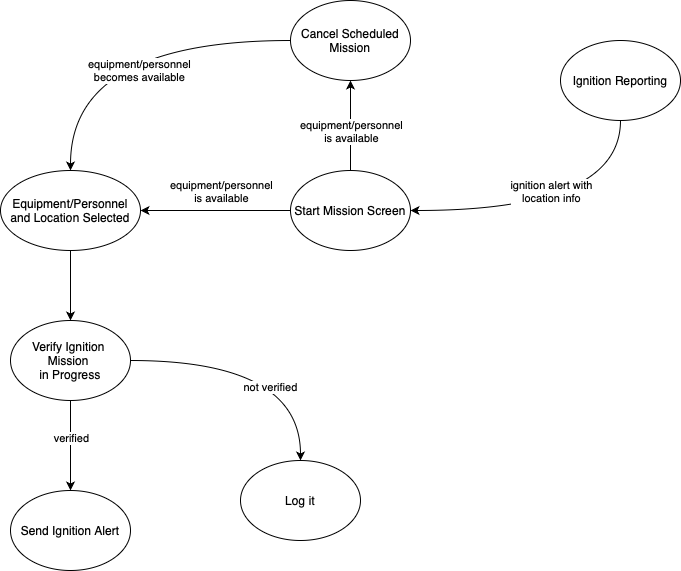
Earlier version of the draw.io export StateDiagrams/Detection.drawio.png (Fire-Prevention/fire-prevention). Source tidied: cells renumbered, new cells last; positions are measured from the earlier drawing's top-left corner, leaving out a move shared by most shapes.
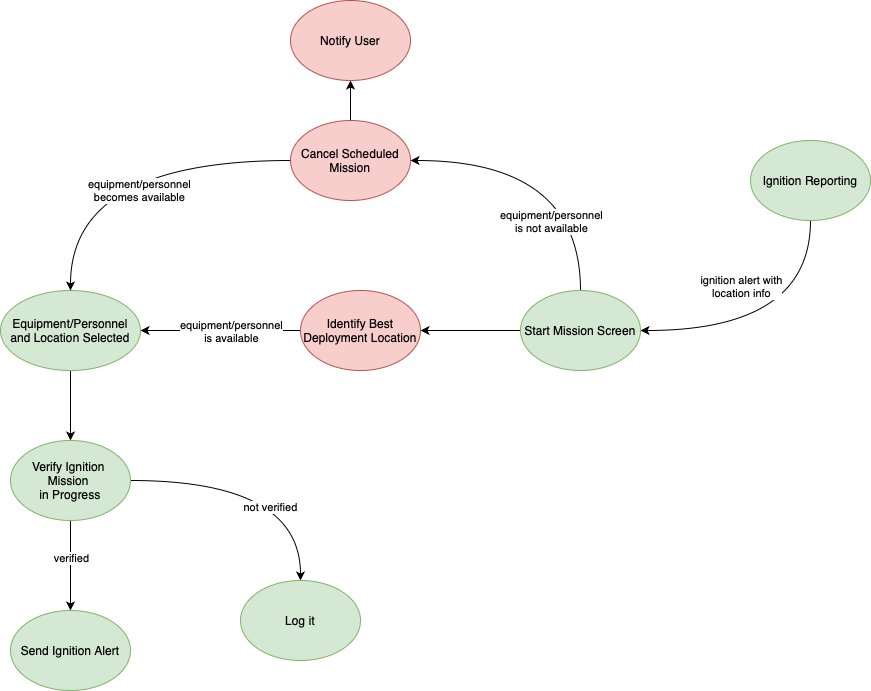
After the commit.

Diff of the diagram source:
```diff
@@ -17,10 +17,10 @@
         </Array>
       </mxGeometry>
     </mxCell>
-    <mxCell id="5" value="Send Ignition Alert" style="ellipse;whiteSpace=wrap;html=1;" parent="1" vertex="1">
+    <mxCell id="5" value="Send Ignition Alert" style="ellipse;whiteSpace=wrap;html=1;fillColor=#d5e8d4;strokeColor=#82b366;" parent="1" vertex="1">
       <mxGeometry x="10" y="490" width="120" height="80" as="geometry" />
     </mxCell>
-    <mxCell id="6" value="Log it" style="ellipse;whiteSpace=wrap;html=1;" parent="1" vertex="1">
+    <mxCell id="6" value="Log it" style="ellipse;whiteSpace=wrap;html=1;fillColor=#d5e8d4;strokeColor=#82b366;" parent="1" vertex="1">
       <mxGeometry x="240" y="460" width="120" height="80" as="geometry" />
     </mxCell>
     <mxCell id="7" style="edgeStyle=orthogonalEdgeStyle;curved=1;rounded=0;jettySize=auto;html=1;exitX=0.5;exitY=1;exitDx=0;exitDy=0;startArrow=none;startFill=0;" parent="1" edge="1" source="9" target="13">
@@ -35,31 +35,38 @@
         <mxPoint x="-66" y="-2" as="offset" />
       </mxGeometry>
     </mxCell>
-    <mxCell id="9" value="Ignition Reporting" style="ellipse;whiteSpace=wrap;html=1;" parent="1" vertex="1">
-      <mxGeometry x="560" y="40" width="120" height="80" as="geometry" />
+    <mxCell id="9" value="Ignition Reporting" style="ellipse;whiteSpace=wrap;html=1;fillColor=#d5e8d4;strokeColor=#82b366;" parent="1" vertex="1">
+      <mxGeometry x="750" y="20" width="120" height="80" as="geometry" />
     </mxCell>
-    <mxCell id="10" style="edgeStyle=orthogonalEdgeStyle;rounded=0;jettySize=auto;html=1;exitX=0;exitY=0.5;exitDx=0;exitDy=0;" parent="1" edge="1" source="13" target="15">
+    <mxCell id="10" style="edgeStyle=orthogonalEdgeStyle;rounded=0;jettySize=auto;html=1;exitX=0;exitY=0.5;exitDx=0;exitDy=0;" parent="1" edge="1" source="23" target="15">
       <mxGeometry relative="1" as="geometry" />
     </mxCell>
     <mxCell id="11" value="equipment/personnel &lt;br&gt;is available" style="edgeLabel;html=1;align=center;verticalAlign=middle;" parent="10" vertex="1">
       <mxGeometry x="0.05" y="1" relative="1" as="geometry">
-        <mxPoint x="9" y="-21" as="offset" />
+        <mxPoint x="14" y="-1" as="offset" />
       </mxGeometry>
     </mxCell>
-    <mxCell id="12" style="edgeStyle=orthogonalEdgeStyle;rounded=0;jettySize=auto;html=1;exitX=0.5;exitY=0;exitDx=0;exitDy=0;" parent="1" edge="1" source="13" target="19">
-      <mxGeometry relative="1" as="geometry" />
+    <mxCell id="12" style="edgeStyle=orthogonalEdgeStyle;rounded=0;jettySize=auto;html=1;exitX=0.5;exitY=0;exitDx=0;exitDy=0;curved=1;" parent="1" edge="1" source="13" target="19">
+      <mxGeometry relative="1" as="geometry">
+        <Array as="points">
+          <mxPoint x="580" y="40" />
+        </Array>
+      </mxGeometry>
     </mxCell>
+    <mxCell id="21" style="edgeStyle=orthogonalEdgeStyle;rounded=0;jettySize=auto;html=1;exitX=0;exitY=0.5;exitDx=0;exitDy=0;entryX=1;entryY=0.5;entryDx=0;entryDy=0;" parent="1" edge="1" source="13" target="23">
+      <mxGeometry relative="1" as="geometry" />
+    </mxCell>
-    <mxCell id="13" value="Start Mission Screen" style="ellipse;whiteSpace=wrap;html=1;" parent="1" vertex="1">
-      <mxGeometry x="290" y="170" width="120" height="80" as="geometry" />
+    <mxCell id="13" value="Start Mission Screen" style="ellipse;whiteSpace=wrap;html=1;fillColor=#d5e8d4;strokeColor=#82b366;" parent="1" vertex="1">
+      <mxGeometry x="520" y="170" width="120" height="80" as="geometry" />
     </mxCell>
     <mxCell id="14" style="edgeStyle=orthogonalEdgeStyle;rounded=0;jettySize=auto;html=1;exitX=0.5;exitY=1;exitDx=0;exitDy=0;entryX=0.5;entryY=0;entryDx=0;entryDy=0;curved=1;" parent="1" edge="1" source="15" target="20">
       <mxGeometry relative="1" as="geometry" />
     </mxCell>
-    <mxCell id="15" value="Equipment/Personnel and Location Selected" style="ellipse;whiteSpace=wrap;html=1;" parent="1" vertex="1">
+    <mxCell id="15" value="Equipment/Personnel and Location Selected" style="ellipse;whiteSpace=wrap;html=1;fillColor=#d5e8d4;strokeColor=#82b366;" parent="1" vertex="1">
       <mxGeometry y="170" width="140" height="80" as="geometry" />
     </mxCell>
-    <mxCell id="16" value="equipment/personnel &lt;br&gt;is available" style="edgeLabel;html=1;align=center;verticalAlign=middle;" parent="1" vertex="1">
-      <mxGeometry x="350" y="130" as="geometry" />
+    <mxCell id="16" value="equipment/personnel &lt;br&gt;is not available" style="edgeLabel;html=1;align=center;verticalAlign=middle;" parent="1" vertex="1">
+      <mxGeometry x="550" y="100" as="geometry" />
     </mxCell>
     <mxCell id="17" style="edgeStyle=orthogonalEdgeStyle;rounded=0;jettySize=auto;html=1;exitX=0;exitY=0.5;exitDx=0;exitDy=0;entryX=0.5;entryY=0;entryDx=0;entryDy=0;curved=1;" parent="1" edge="1" source="19" target="15">
       <mxGeometry relative="1" as="geometry">
@@ -71,11 +78,20 @@
     <mxCell id="18" value="equipment/personnel &lt;br&gt;becomes available" style="edgeLabel;html=1;align=center;verticalAlign=middle;" parent="17" vertex="1">
       <mxGeometry x="-0.13" y="29" relative="1" as="geometry" />
     </mxCell>
+    <mxCell id="22" style="edgeStyle=orthogonalEdgeStyle;rounded=0;jettySize=auto;html=1;exitX=0.5;exitY=0;exitDx=0;exitDy=0;curved=1;" parent="1" edge="1" source="19" target="24">
+      <mxGeometry relative="1" as="geometry" />
+    </mxCell>
-    <mxCell id="19" value="Cancel Scheduled Mission" style="ellipse;whiteSpace=wrap;html=1;" parent="1" vertex="1">
+    <mxCell id="19" value="Cancel Scheduled Mission" style="ellipse;whiteSpace=wrap;html=1;fillColor=#f8cecc;strokeColor=#b85450;" parent="1" vertex="1">
       <mxGeometry x="290" width="120" height="80" as="geometry" />
     </mxCell>
-    <mxCell id="20" value="&lt;span style=&quot;white-space: pre;&quot;&gt;Verify Ignition &lt;br/&gt;Mission &lt;br&gt;in Progress&lt;/span&gt;" style="ellipse;whiteSpace=wrap;html=1;" parent="1" vertex="1">
+    <mxCell id="20" value="&lt;span style=&quot;white-space: pre;&quot;&gt;Verify Ignition &lt;br/&gt;Mission &lt;br&gt;in Progress&lt;/span&gt;" style="ellipse;whiteSpace=wrap;html=1;fillColor=#d5e8d4;strokeColor=#82b366;" parent="1" vertex="1">
       <mxGeometry x="10" y="320" width="120" height="80" as="geometry" />
     </mxCell>
+    <mxCell id="23" value="Identify Best Deployment Location" style="ellipse;whiteSpace=wrap;html=1;fillColor=#f8cecc;strokeColor=#b85450;" parent="1" vertex="1">
+      <mxGeometry x="300" y="170" width="120" height="80" as="geometry" />
+    </mxCell>
+    <mxCell id="24" value="Notify User" style="ellipse;whiteSpace=wrap;html=1;fillColor=#f8cecc;strokeColor=#b85450;" parent="1" vertex="1">
+      <mxGeometry x="290" y="-120" width="120" height="80" as="geometry" />
+    </mxCell>
   </root>
 </mxGraphModel>
```
